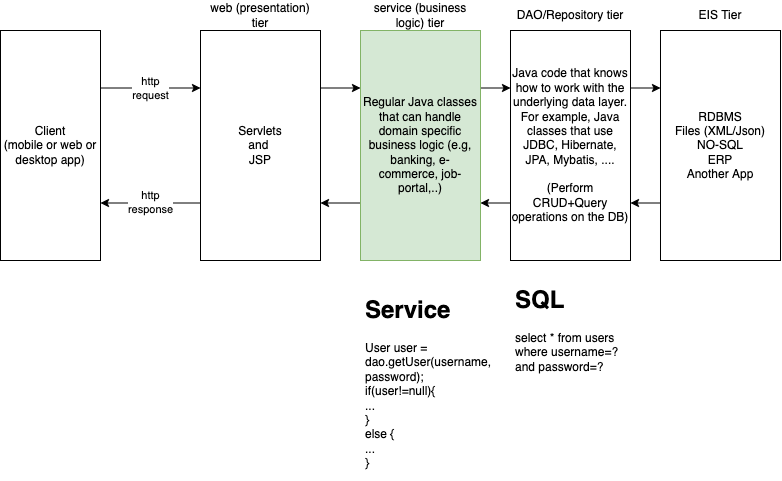
Before: java/08-sep-2022/multi-tiered-apps.dio.png, a diagram exported from draw.io (vinod-kayartaya/SONY-SEP-2022). Source tidied: cells renumbered, new cells last; positions are measured from the earlier drawing's top-left corner, leaving out a move shared by most shapes. The source it was exported from:
```xml
<mxGraphModel>
  <root>
    <mxCell id="0" />
    <mxCell id="1" parent="0" />
    <mxCell id="2" value="http&lt;br&gt;request" style="edgeStyle=none;html=1;exitX=1;exitY=0.25;exitDx=0;exitDy=0;entryX=0;entryY=0.25;entryDx=0;entryDy=0;" parent="1" edge="1" source="3" target="6">
      <mxGeometry relative="1" as="geometry" />
    </mxCell>
    <mxCell id="3" value="Client&lt;br&gt;(mobile or web or desktop app)" style="rounded=0;whiteSpace=wrap;html=1;" parent="1" vertex="1">
      <mxGeometry y="30" width="100" height="230" as="geometry" />
    </mxCell>
    <mxCell id="4" value="http&lt;br&gt;response" style="edgeStyle=none;html=1;exitX=0;exitY=0.75;exitDx=0;exitDy=0;entryX=1;entryY=0.75;entryDx=0;entryDy=0;" parent="1" edge="1" source="6" target="3">
      <mxGeometry relative="1" as="geometry" />
    </mxCell>
    <mxCell id="5" style="edgeStyle=none;html=1;exitX=1;exitY=0.25;exitDx=0;exitDy=0;entryX=0;entryY=0.25;entryDx=0;entryDy=0;" parent="1" edge="1" source="6" target="13">
      <mxGeometry relative="1" as="geometry" />
    </mxCell>
    <mxCell id="6" value="Servlets&lt;br&gt;and&amp;nbsp;&lt;br&gt;JSP" style="rounded=0;whiteSpace=wrap;html=1;" parent="1" vertex="1">
      <mxGeometry x="200" y="30" width="120" height="230" as="geometry" />
    </mxCell>
    <mxCell id="7" value="web (presentation) tier" style="text;html=1;strokeColor=none;fillColor=none;align=center;verticalAlign=middle;whiteSpace=wrap;rounded=0;" parent="1" vertex="1">
      <mxGeometry x="200" width="120" height="30" as="geometry" />
    </mxCell>
    <mxCell id="8" style="edgeStyle=none;html=1;exitX=0;exitY=0.75;exitDx=0;exitDy=0;entryX=1;entryY=0.75;entryDx=0;entryDy=0;" parent="1" edge="1" source="9" target="17">
      <mxGeometry relative="1" as="geometry" />
    </mxCell>
    <mxCell id="9" value="RDBMS&lt;br&gt;Files (XML/Json)&lt;br&gt;NO-SQL&lt;br&gt;ERP&lt;br&gt;Another App" style="rounded=0;whiteSpace=wrap;html=1;" parent="1" vertex="1">
      <mxGeometry x="660" y="30" width="120" height="230" as="geometry" />
    </mxCell>
    <mxCell id="10" value="EIS Tier" style="text;html=1;strokeColor=none;fillColor=none;align=center;verticalAlign=middle;whiteSpace=wrap;rounded=0;" parent="1" vertex="1">
      <mxGeometry x="660" width="120" height="30" as="geometry" />
    </mxCell>
    <mxCell id="11" style="edgeStyle=none;html=1;exitX=0;exitY=0.75;exitDx=0;exitDy=0;entryX=1;entryY=0.75;entryDx=0;entryDy=0;" parent="1" edge="1" source="13" target="6">
      <mxGeometry relative="1" as="geometry" />
    </mxCell>
    <mxCell id="12" style="edgeStyle=none;html=1;exitX=1;exitY=0.25;exitDx=0;exitDy=0;entryX=0;entryY=0.25;entryDx=0;entryDy=0;" parent="1" edge="1" source="13" target="17">
      <mxGeometry relative="1" as="geometry" />
    </mxCell>
    <mxCell id="13" value="Regular Java classes that can handle domain specific business logic (e.g, banking, e-commerce, job-portal,..)" style="rounded=0;whiteSpace=wrap;html=1;fillColor=#d5e8d4;strokeColor=#82b366;" parent="1" vertex="1">
      <mxGeometry x="360" y="30" width="120" height="230" as="geometry" />
    </mxCell>
    <mxCell id="14" value="service (business logic) tier" style="text;html=1;strokeColor=none;fillColor=none;align=center;verticalAlign=middle;whiteSpace=wrap;rounded=0;" parent="1" vertex="1">
      <mxGeometry x="360" width="120" height="30" as="geometry" />
    </mxCell>
    <mxCell id="15" style="edgeStyle=none;html=1;exitX=1;exitY=0.25;exitDx=0;exitDy=0;entryX=0;entryY=0.25;entryDx=0;entryDy=0;" parent="1" edge="1" source="17" target="9">
      <mxGeometry relative="1" as="geometry" />
    </mxCell>
    <mxCell id="16" style="edgeStyle=none;html=1;exitX=0;exitY=0.75;exitDx=0;exitDy=0;entryX=1;entryY=0.75;entryDx=0;entryDy=0;" parent="1" edge="1" source="17" target="13">
      <mxGeometry relative="1" as="geometry" />
    </mxCell>
    <mxCell id="17" value="Java code that knows how to work with the underlying data layer. For example, Java classes that use JDBC, Hibernate, JPA, Mybatis, ....&lt;br&gt;&lt;br&gt;(Perform CRUD+Query operations on the DB)" style="rounded=0;whiteSpace=wrap;html=1;" parent="1" vertex="1">
      <mxGeometry x="510" y="30" width="120" height="230" as="geometry" />
    </mxCell>
    <mxCell id="18" value="DAO/Repository tier" style="text;html=1;strokeColor=none;fillColor=none;align=center;verticalAlign=middle;whiteSpace=wrap;rounded=0;" parent="1" vertex="1">
      <mxGeometry x="510" width="120" height="30" as="geometry" />
    </mxCell>
    <mxCell id="19" value="&lt;h1&gt;SQL&lt;/h1&gt;&lt;div&gt;select * from users where username=? and password=?&lt;/div&gt;" style="text;html=1;strokeColor=none;fillColor=none;spacing=5;spacingTop=-20;whiteSpace=wrap;overflow=hidden;rounded=0;" parent="1" vertex="1">
      <mxGeometry x="510" y="280" width="120" height="120" as="geometry" />
    </mxCell>
    <mxCell id="20" value="&lt;h1&gt;Service&lt;/h1&gt;&lt;div&gt;User user = dao.getUser(username, password);&lt;/div&gt;&lt;div&gt;if(user!=null){&lt;/div&gt;&lt;div&gt;...&lt;/div&gt;&lt;div&gt;}&lt;/div&gt;&lt;div&gt;else {&lt;/div&gt;&lt;div&gt;...&lt;/div&gt;&lt;div&gt;}&lt;/div&gt;" style="text;html=1;strokeColor=none;fillColor=none;spacing=5;spacingTop=-20;whiteSpace=wrap;overflow=hidden;rounded=0;" parent="1" vertex="1">
      <mxGeometry x="360" y="290" width="140" height="190" as="geometry" />
    </mxCell>
  </root>
</mxGraphModel>
```
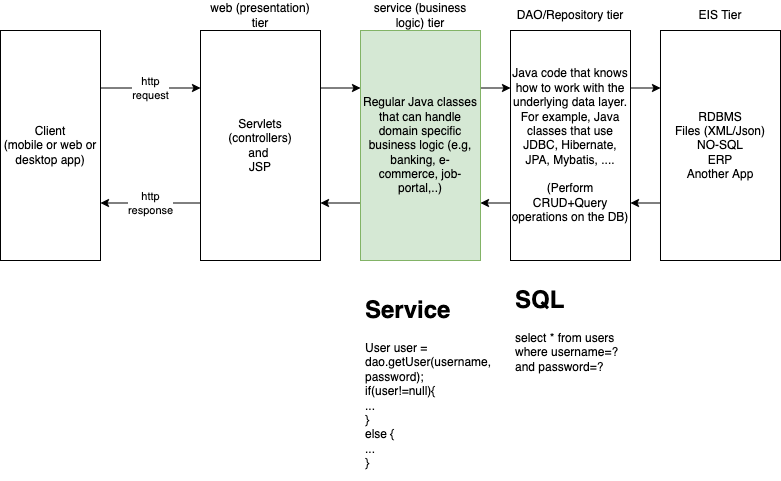
The same file after the commit.

Change to the diagram source:
```diff
@@ -14,7 +14,7 @@
     <mxCell id="5" style="edgeStyle=none;html=1;exitX=1;exitY=0.25;exitDx=0;exitDy=0;entryX=0;entryY=0.25;entryDx=0;entryDy=0;" parent="1" edge="1" source="6" target="13">
       <mxGeometry relative="1" as="geometry" />
     </mxCell>
-    <mxCell id="6" value="Servlets&lt;br&gt;and&amp;nbsp;&lt;br&gt;JSP" style="rounded=0;whiteSpace=wrap;html=1;" parent="1" vertex="1">
+    <mxCell id="6" value="Servlets&lt;br&gt;(controllers)&lt;br&gt;and&amp;nbsp;&lt;br&gt;JSP" style="rounded=0;whiteSpace=wrap;html=1;" parent="1" vertex="1">
       <mxGeometry x="200" y="30" width="120" height="230" as="geometry" />
     </mxCell>
     <mxCell id="7" value="web (presentation) tier" style="text;html=1;strokeColor=none;fillColor=none;align=center;verticalAlign=middle;whiteSpace=wrap;rounded=0;" parent="1" vertex="1">
```
